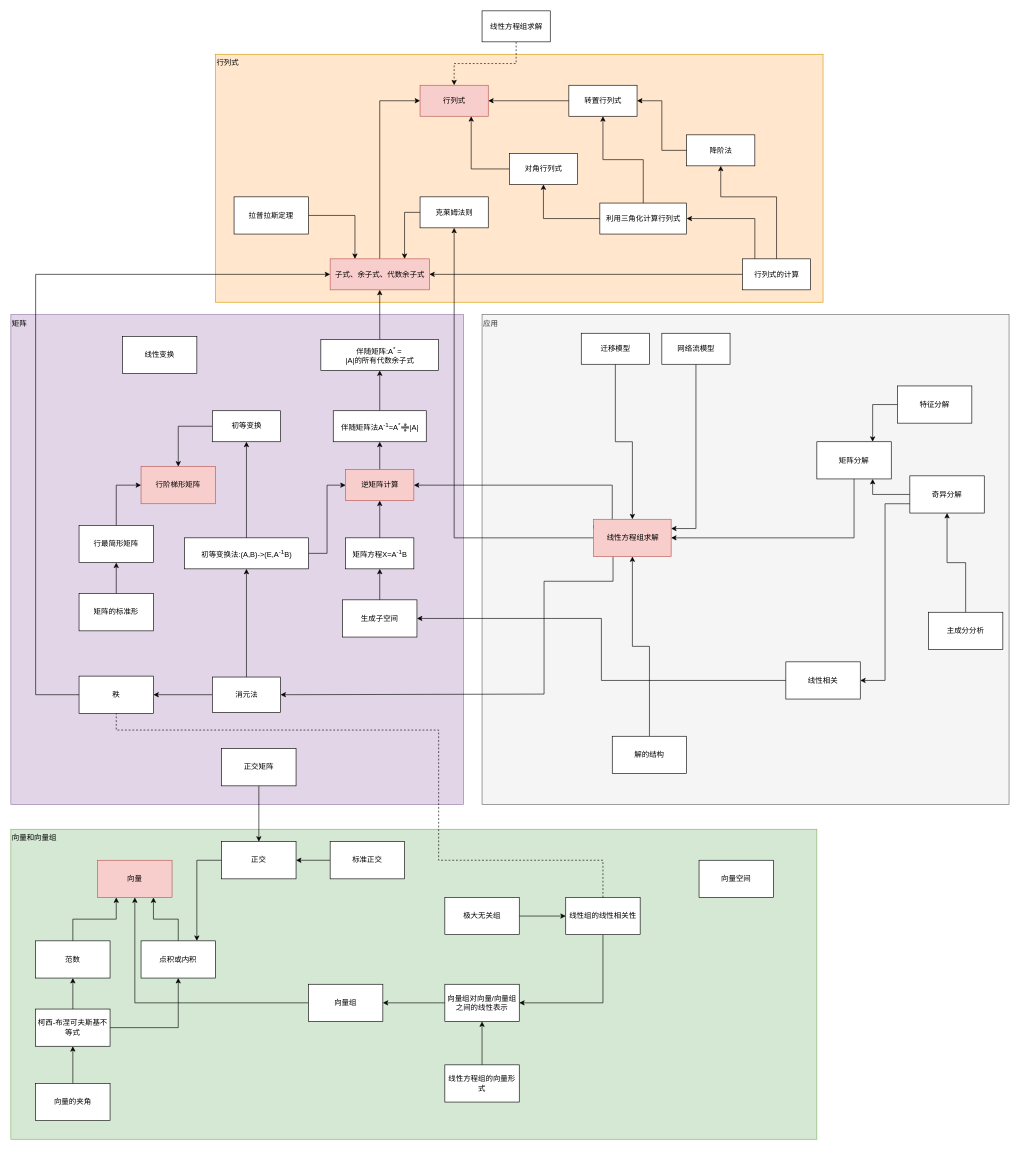
Before: liner_algebra.drawio in brendonlin/myflowchart, a draw.io diagram. Source tidied: cells renumbered, new cells numbered last; positions are measured from the earlier drawing's top-left corner, leaving out a move shared by most shapes. Both pictures are drawn from the tidied source at 62%, with x=0, y=0 at pixel (11, 11).
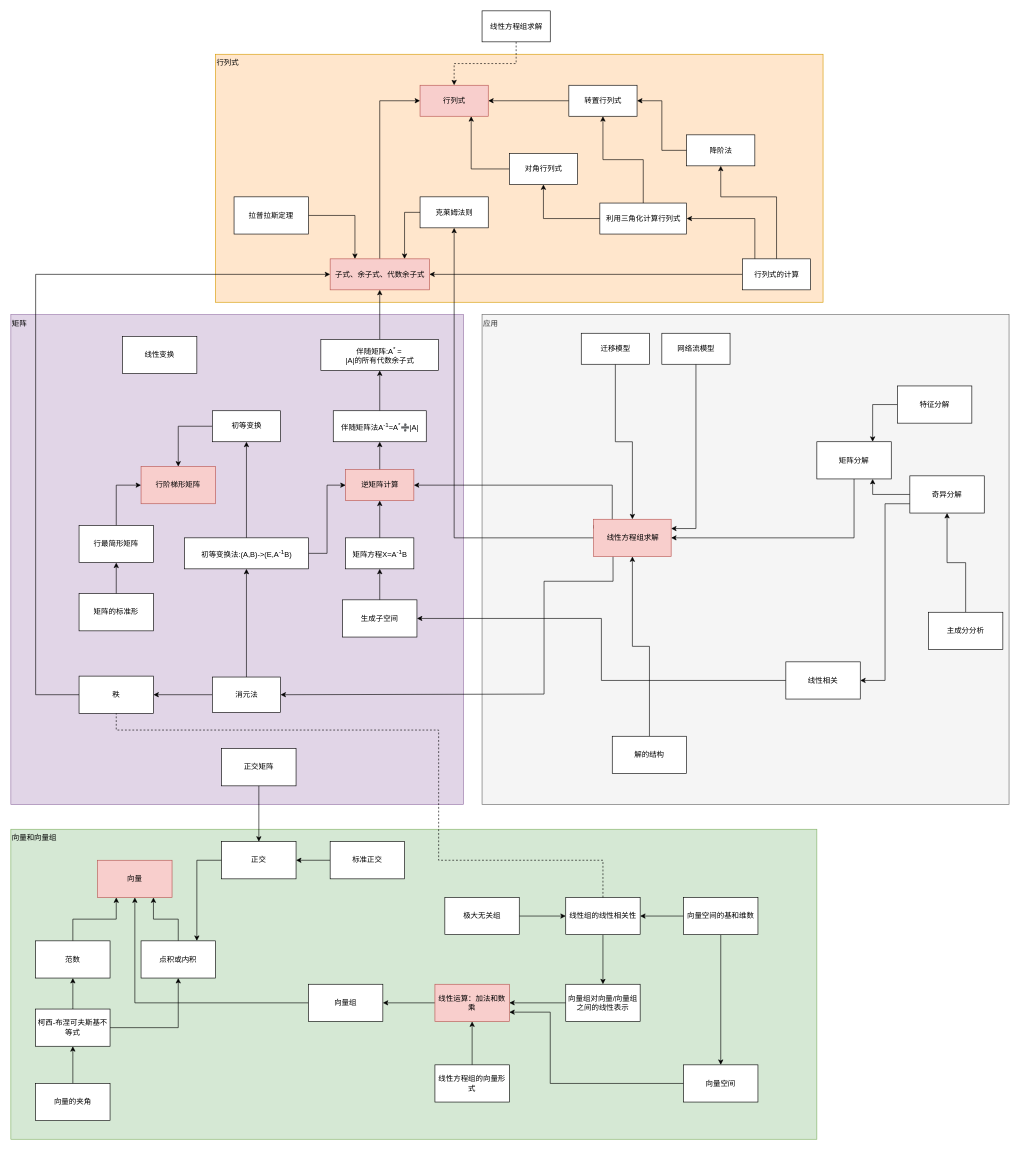
The same diagram, later.

Unchanged cells that the change refers to:
```xml
<mxCell id="85" value="向量组" style="rounded=0;whiteSpace=wrap;html=1;align=center;" parent="1" vertex="1">
  <mxGeometry x="480" y="1570" width="120" height="60" as="geometry" />
</mxCell>
<mxCell id="89" value="线性组的线性相关性" style="rounded=0;whiteSpace=wrap;html=1;align=center;" parent="1" vertex="1">
  <mxGeometry x="895" y="1430" width="120" height="60" as="geometry" />
</mxCell>
```

The edit, as a diff of the source:
```diff
@@
-    <mxCell id="86" style="edgeStyle=orthogonalEdgeStyle;rounded=0;jettySize=auto;html=1;" parent="1" edge="1" source="87" target="85">
+    <mxCell id="86" style="edgeStyle=orthogonalEdgeStyle;rounded=0;jettySize=auto;html=1;entryX=1;entryY=0.5;entryDx=0;entryDy=0;" parent="1" edge="1" source="87" target="106">
       <mxGeometry relative="1" as="geometry" />
     </mxCell>
     <mxCell id="87" value="向量组对向量/向量组之间的线性表示" style="rounded=0;whiteSpace=wrap;html=1;align=center;" parent="1" vertex="1">
-      <mxGeometry x="700" y="1570" width="120" height="60" as="geometry" />
+      <mxGeometry x="895" y="1570" width="120" height="60" as="geometry" />
     </mxCell>
-    <mxCell id="88" style="edgeStyle=orthogonalEdgeStyle;rounded=0;jettySize=auto;html=1;entryX=1;entryY=0.5;entryDx=0;entryDy=0;" parent="1" edge="1" source="89" target="87">
-      <mxGeometry relative="1" as="geometry">
-        <Array as="points">
-          <mxPoint x="955" y="1600" />
-        </Array>
-      </mxGeometry>
+    <mxCell id="88" style="edgeStyle=orthogonalEdgeStyle;rounded=0;jettySize=auto;html=1;entryX=0.5;entryY=0;entryDx=0;entryDy=0;" parent="1" edge="1" source="89" target="87">
+      <mxGeometry relative="1" as="geometry" />
     </mxCell>
@@
+    <mxCell id="103" style="edgeStyle=orthogonalEdgeStyle;rounded=0;jettySize=auto;html=1;entryX=1;entryY=0.75;entryDx=0;entryDy=0;" parent="1" edge="1" source="95" target="106">
+      <mxGeometry relative="1" as="geometry">
+        <Array as="points">
+          <mxPoint x="870" y="1730" />
+          <mxPoint x="870" y="1615" />
+        </Array>
+      </mxGeometry>
+    </mxCell>
     <mxCell id="95" value="向量空间" style="rounded=0;whiteSpace=wrap;html=1;align=center;" parent="1" vertex="1">
-      <mxGeometry x="1110" y="1370" width="120" height="60" as="geometry" />
+      <mxGeometry x="1085" y="1700" width="120" height="60" as="geometry" />
     </mxCell>
@@
-    <mxCell id="101" style="edgeStyle=orthogonalEdgeStyle;rounded=0;jettySize=auto;html=1;" parent="1" edge="1" source="102" target="87">
-      <mxGeometry relative="1" as="geometry" />
-    </mxCell>
+    <mxCell id="104" style="edgeStyle=orthogonalEdgeStyle;rounded=0;jettySize=auto;html=1;entryX=0.5;entryY=1;entryDx=0;entryDy=0;" parent="1" edge="1" source="102" target="106">
+      <mxGeometry relative="1" as="geometry" />
+    </mxCell>
     <mxCell id="102" value="线性方程组的向量形式" style="rounded=0;whiteSpace=wrap;html=1;" parent="1" vertex="1">
-      <mxGeometry x="700" y="1700" width="120" height="60" as="geometry" />
+      <mxGeometry x="684" y="1700" width="120" height="60" as="geometry" />
     </mxCell>
+    <mxCell id="105" style="edgeStyle=orthogonalEdgeStyle;rounded=0;jettySize=auto;html=1;entryX=1;entryY=0.5;entryDx=0;entryDy=0;" parent="1" edge="1" source="106" target="85">
+      <mxGeometry relative="1" as="geometry" />
+    </mxCell>
+    <mxCell id="106" value="线性运算：加法和数乘" style="rounded=0;whiteSpace=wrap;html=1;fillColor=#f8cecc;strokeColor=#b85450;" parent="1" vertex="1">
+      <mxGeometry x="684" y="1570" width="120" height="60" as="geometry" />
+    </mxCell>
+    <mxCell id="107" style="edgeStyle=orthogonalEdgeStyle;rounded=0;jettySize=auto;html=1;entryX=0.5;entryY=0;entryDx=0;entryDy=0;" parent="1" edge="1" source="109" target="95">
+      <mxGeometry relative="1" as="geometry" />
+    </mxCell>
+    <mxCell id="108" style="edgeStyle=orthogonalEdgeStyle;rounded=0;jettySize=auto;html=1;entryX=1;entryY=0.5;entryDx=0;entryDy=0;" parent="1" edge="1" source="109" target="89">
+      <mxGeometry relative="1" as="geometry" />
+    </mxCell>
+    <mxCell id="109" value="向量空间的基和维数" style="rounded=0;whiteSpace=wrap;html=1;" parent="1" vertex="1">
+      <mxGeometry x="1085" y="1430" width="120" height="60" as="geometry" />
+    </mxCell>
```
